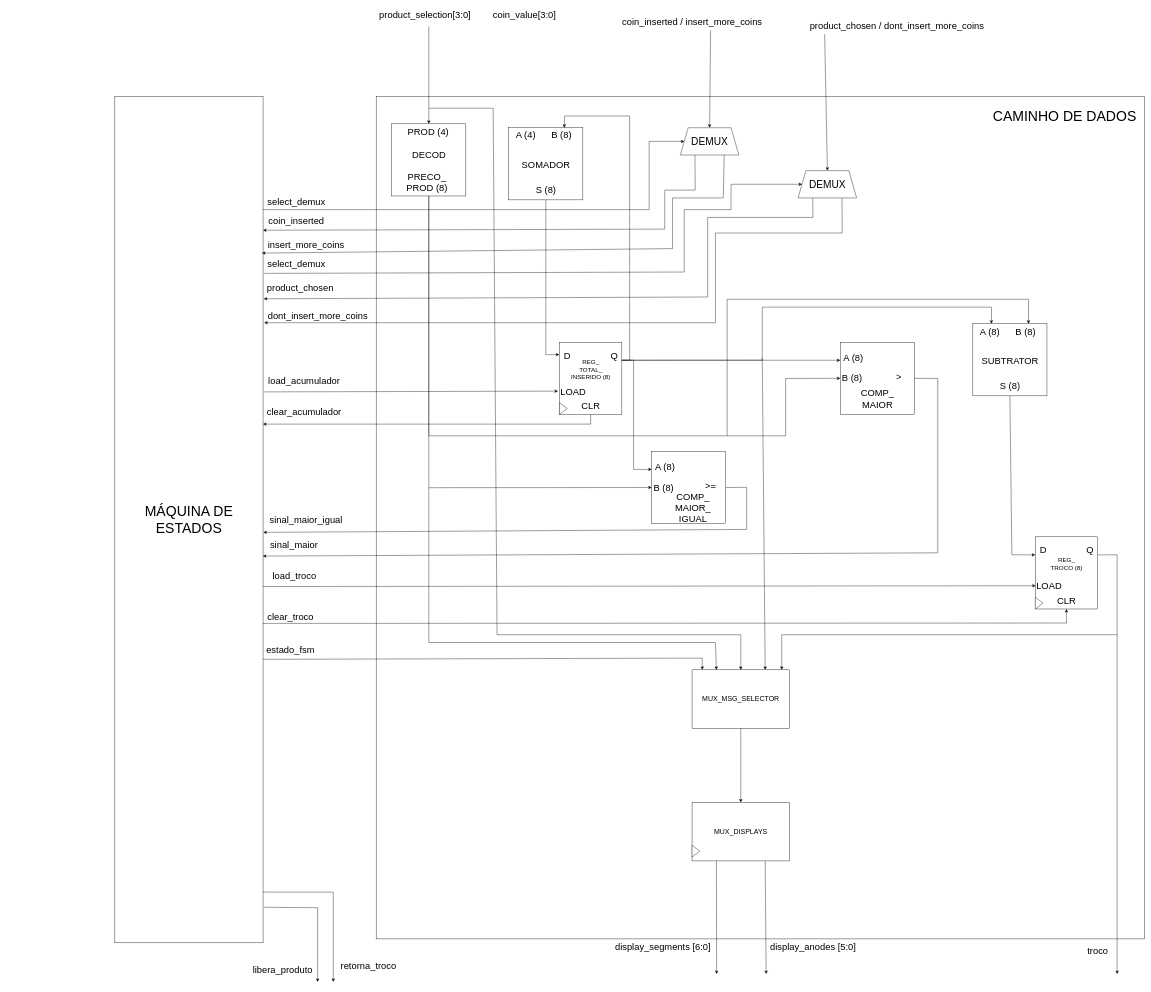
bbiancalopess/vending-machine keeps this draw.io diagram as page "diagrama caminho de dados" (3 of 3) of docs/vending-machine.drawio. Above is the earlier version. Source tidied: cells renumbered, new cells numbered last; positions are measured from the earlier drawing's top-left corner, leaving out a move shared by most shapes. Both pictures are drawn from the tidied source at 39%, with x=0, y=0 at pixel (115, 7).
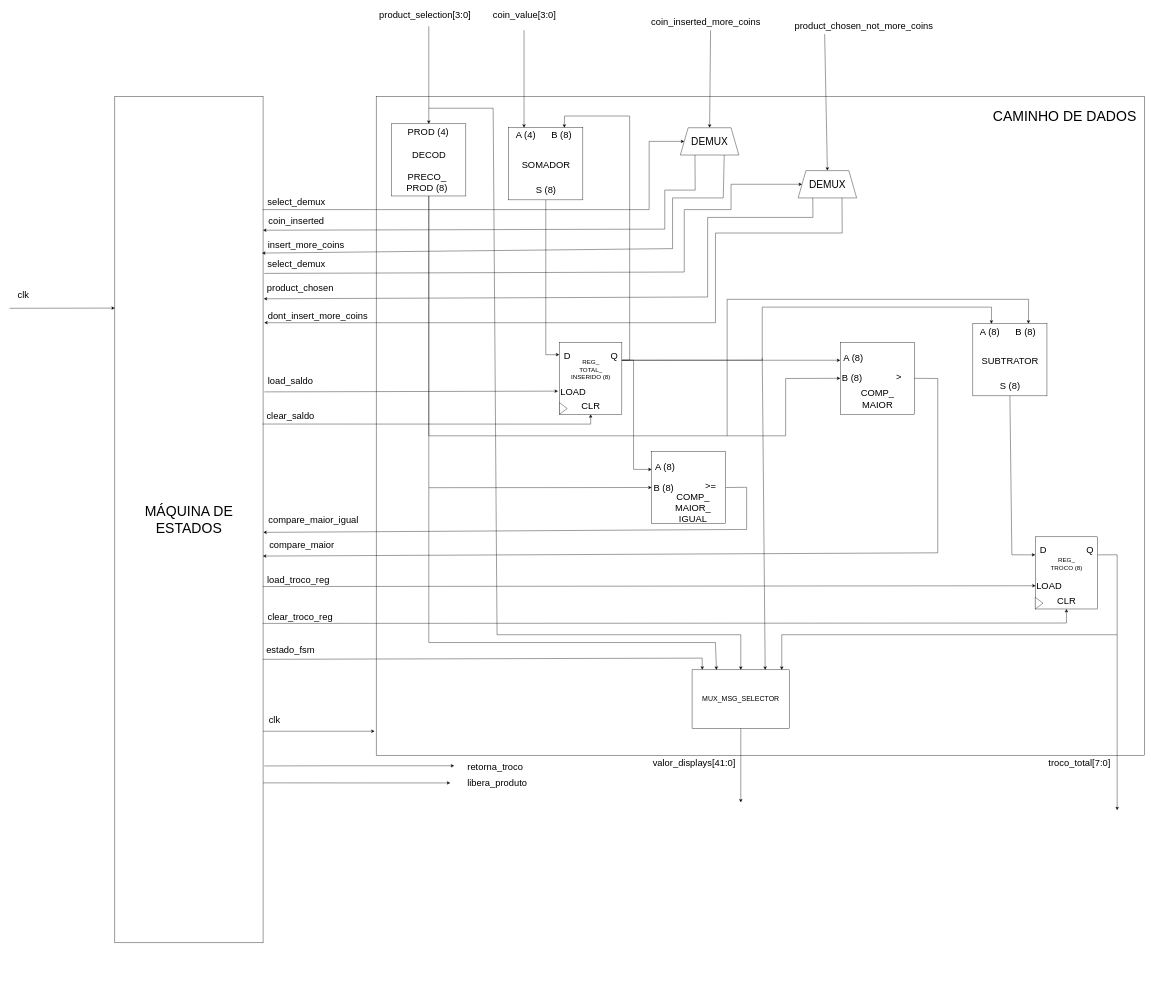
The same page after the edit.

Unchanged cells that the change refers to:
```xml
<mxCell id="3" value="&lt;font style=&quot;font-size: 36px;&quot;&gt;MÁQUINA DE ESTADOS&lt;/font&gt;" style="rounded=0;whiteSpace=wrap;html=1;" parent="1" vertex="1">
  <mxGeometry y="230" width="380" height="2170" as="geometry" />
</mxCell>
<mxCell id="6" style="rounded=0;whiteSpace=wrap;html=1;" parent="5" vertex="1">
  <mxGeometry x="10" width="160" height="185" as="geometry" />
</mxCell>
<mxCell id="95" value="&lt;font style=&quot;font-size: 18px;&quot;&gt;MUX_MSG_SELECTOR&lt;/font&gt;" style="rounded=0;whiteSpace=wrap;html=1;" parent="1" vertex="1">
  <mxGeometry x="1480" y="1700" width="250" height="150" as="geometry" />
</mxCell>
```

What changed in the source:
```diff
@@
     <mxCell id="2" style="rounded=0;whiteSpace=wrap;html=1;" parent="1" vertex="1">
-      <mxGeometry x="670" y="230" width="1970" height="2160" as="geometry" />
+      <mxGeometry x="670" y="230" width="1970" height="1690" as="geometry" />
     </mxCell>
@@
-    <mxCell id="50" value="&lt;span style=&quot;font-size: 24px;&quot;&gt;coin_inserted / insert_more_coins&lt;/span&gt;" style="text;html=1;align=center;verticalAlign=middle;strokeColor=none;fillColor=none;" parent="1" vertex="1">
-      <mxGeometry x="1290" y="20" width="380" height="40" as="geometry" />
+    <mxCell id="50" value="&lt;span style=&quot;font-size: 24px;&quot;&gt;coin_inserted_more_coins&lt;/span&gt;" style="text;html=1;align=center;verticalAlign=middle;strokeColor=none;fillColor=none;" parent="1" vertex="1">
+      <mxGeometry x="1365" y="20" width="300" height="40" as="geometry" />
     </mxCell>
-    <mxCell id="51" value="&lt;span style=&quot;font-size: 24px;&quot;&gt;product_chosen / dont_insert_more_coins&lt;/span&gt;" style="text;html=1;align=center;verticalAlign=middle;strokeColor=none;fillColor=none;" parent="1" vertex="1">
-      <mxGeometry x="1770" y="30" width="470" height="40" as="geometry" />
+    <mxCell id="51" value="&lt;span style=&quot;font-size: 24px;&quot;&gt;product_chosen_not_more_coins&lt;/span&gt;" style="text;html=1;align=center;verticalAlign=middle;strokeColor=none;fillColor=none;" parent="1" vertex="1">
+      <mxGeometry x="1730" y="30" width="380" height="40" as="geometry" />
     </mxCell>
@@
-    <mxCell id="71" value="&lt;span style=&quot;font-size: 24px;&quot;&gt;load_acumulador&lt;/span&gt;" style="text;html=1;align=center;verticalAlign=middle;strokeColor=none;fillColor=none;" parent="1" vertex="1">
-      <mxGeometry x="380" y="940" width="210" height="40" as="geometry" />
+    <mxCell id="71" value="&lt;span style=&quot;font-size: 24px;&quot;&gt;load_saldo&lt;/span&gt;" style="text;html=1;align=center;verticalAlign=middle;strokeColor=none;fillColor=none;" parent="1" vertex="1">
+      <mxGeometry x="380" y="940" width="140" height="40" as="geometry" />
     </mxCell>
-    <mxCell id="72" value="&lt;span style=&quot;font-size: 24px;&quot;&gt;sinal_maior_igual&lt;/span&gt;" style="text;html=1;align=center;verticalAlign=middle;strokeColor=none;fillColor=none;" parent="1" vertex="1">
-      <mxGeometry x="385" y="1295" width="210" height="40" as="geometry" />
+    <mxCell id="72" value="&lt;span style=&quot;font-size: 24px;&quot;&gt;compare_maior_igual&lt;/span&gt;" style="text;html=1;align=center;verticalAlign=middle;strokeColor=none;fillColor=none;" parent="1" vertex="1">
+      <mxGeometry x="384" y="1295" width="250" height="40" as="geometry" />
     </mxCell>
@@
-    <mxCell id="76" value="&lt;span style=&quot;font-size: 24px;&quot;&gt;sinal_maior&lt;/span&gt;" style="text;html=1;align=center;verticalAlign=middle;strokeColor=none;fillColor=none;" parent="1" vertex="1">
-      <mxGeometry x="384" y="1359" width="150" height="40" as="geometry" />
+    <mxCell id="76" value="&lt;span style=&quot;font-size: 24px;&quot;&gt;compare_maior&lt;/span&gt;" style="text;html=1;align=center;verticalAlign=middle;strokeColor=none;fillColor=none;" parent="1" vertex="1">
+      <mxGeometry x="384" y="1359" width="190" height="40" as="geometry" />
     </mxCell>
@@
-    <mxCell id="88" style="endArrow=classic;html=1;rounded=0;exitX=0.5;exitY=1;exitDx=0;exitDy=0;" parent="1" edge="1" source="6">
+    <mxCell id="88" style="endArrow=classic;html=1;rounded=0;entryX=0.5;entryY=1;entryDx=0;entryDy=0;exitX=0.996;exitY=0.387;exitDx=0;exitDy=0;exitPerimeter=0;" parent="1" edge="1" source="3" target="6">
       <mxGeometry relative="1" as="geometry">
-        <mxPoint x="380" y="1070" as="targetPoint" />
         <Array as="points">
           <mxPoint x="1220" y="1070" />
         </Array>
       </mxGeometry>
     </mxCell>
-    <mxCell id="89" value="&lt;span style=&quot;font-size: 24px;&quot;&gt;clear_acumulador&lt;/span&gt;" style="text;html=1;align=center;verticalAlign=middle;strokeColor=none;fillColor=none;" parent="1" vertex="1">
-      <mxGeometry x="380" y="1020" width="210" height="40" as="geometry" />
+    <mxCell id="89" value="&lt;span style=&quot;font-size: 24px;&quot;&gt;clear_saldo&lt;/span&gt;" style="text;html=1;align=center;verticalAlign=middle;strokeColor=none;fillColor=none;" parent="1" vertex="1">
+      <mxGeometry x="375" y="1030" width="150" height="40" as="geometry" />
     </mxCell>
@@
-    <mxCell id="92" value="&lt;span style=&quot;font-size: 24px;&quot;&gt;load_troco&lt;/span&gt;" style="text;html=1;align=center;verticalAlign=middle;strokeColor=none;fillColor=none;" parent="1" vertex="1">
-      <mxGeometry x="390" y="1440" width="140" height="40" as="geometry" />
+    <mxCell id="92" value="&lt;span style=&quot;font-size: 24px;&quot;&gt;load_troco_reg&lt;/span&gt;" style="text;html=1;align=center;verticalAlign=middle;strokeColor=none;fillColor=none;" parent="1" vertex="1">
+      <mxGeometry x="380" y="1450" width="180" height="40" as="geometry" />
     </mxCell>
@@
-    <mxCell id="94" value="&lt;span style=&quot;font-size: 24px;&quot;&gt;clear_troco&lt;/span&gt;" style="text;html=1;align=center;verticalAlign=middle;strokeColor=none;fillColor=none;" parent="1" vertex="1">
-      <mxGeometry x="380" y="1544" width="140" height="40" as="geometry" />
+    <mxCell id="94" value="&lt;span style=&quot;font-size: 24px;&quot;&gt;clear_troco_reg&lt;/span&gt;" style="text;html=1;align=center;verticalAlign=middle;strokeColor=none;fillColor=none;" parent="1" vertex="1">
+      <mxGeometry x="380" y="1544" width="190" height="40" as="geometry" />
     </mxCell>
@@
-    <mxCell id="96" value="&lt;font style=&quot;font-size: 18px;&quot;&gt;MUX_DISPLAYS&lt;/font&gt;" style="rounded=0;whiteSpace=wrap;html=1;" parent="1" vertex="1">
-      <mxGeometry x="1480" y="2040" width="250" height="150" as="geometry" />
-    </mxCell>
@@
-    <mxCell id="101" style="edgeStyle=none;curved=1;rounded=0;orthogonalLoop=1;jettySize=auto;html=1;exitX=0.5;exitY=1;exitDx=0;exitDy=0;fontSize=12;startSize=8;endSize=8;" parent="1" edge="1" source="96" target="96">
-      <mxGeometry relative="1" as="geometry" />
+    <mxCell id="101" style="edgeStyle=none;curved=1;rounded=0;orthogonalLoop=1;jettySize=auto;html=1;exitX=0.5;exitY=1;exitDx=0;exitDy=0;fontSize=12;startSize=8;endSize=8;" parent="1" edge="1">
+      <mxGeometry relative="1" as="geometry">
+        <mxPoint x="1605" y="2190" as="sourcePoint" />
+        <mxPoint x="1605" y="2190" as="targetPoint" />
+      </mxGeometry>
     </mxCell>
-    <mxCell id="102" style="triangle;whiteSpace=wrap;html=1;" parent="1" vertex="1">
-      <mxGeometry x="1480" y="2150" width="20" height="30" as="geometry" />
-    </mxCell>
-    <mxCell id="103" style="endArrow=classic;html=1;rounded=0;entryX=0.5;entryY=0;entryDx=0;entryDy=0;exitX=0.5;exitY=1;exitDx=0;exitDy=0;" parent="1" edge="1" source="95" target="96">
-      <mxGeometry relative="1" as="geometry" />
+    <mxCell id="103" style="endArrow=classic;html=1;rounded=0;entryX=0.5;entryY=0;entryDx=0;entryDy=0;exitX=0.5;exitY=1;exitDx=0;exitDy=0;" parent="1" edge="1" source="95">
+      <mxGeometry relative="1" as="geometry">
+        <mxPoint x="1605" y="2040" as="targetPoint" />
+      </mxGeometry>
     </mxCell>
-    <mxCell id="104" style="endArrow=classic;html=1;rounded=0;exitX=0.25;exitY=1;exitDx=0;exitDy=0;" parent="1" edge="1" source="96">
-      <mxGeometry relative="1" as="geometry">
-        <mxPoint x="1543" y="2480" as="targetPoint" />
-      </mxGeometry>
-    </mxCell>
-    <mxCell id="105" style="endArrow=classic;html=1;rounded=0;exitX=0.75;exitY=1;exitDx=0;exitDy=0;" parent="1" edge="1" source="96">
-      <mxGeometry relative="1" as="geometry">
-        <mxPoint x="1670" y="2480" as="targetPoint" />
-      </mxGeometry>
-    </mxCell>
@@
-    <mxCell id="107" value="&lt;span style=&quot;font-size: 24px;&quot;&gt;display_segments [6:0]&lt;/span&gt;" style="text;html=1;align=center;verticalAlign=middle;strokeColor=none;fillColor=none;" parent="1" vertex="1">
-      <mxGeometry x="1270" y="2390" width="270" height="40" as="geometry" />
-    </mxCell>
-    <mxCell id="108" value="&lt;span style=&quot;font-size: 24px;&quot;&gt;display_anodes [5:0]&lt;/span&gt;" style="text;html=1;align=center;verticalAlign=middle;strokeColor=none;fillColor=none;" parent="1" vertex="1">
-      <mxGeometry x="1670" y="2390" width="240" height="40" as="geometry" />
-    </mxCell>
-    <mxCell id="109" style="endArrow=classic;html=1;rounded=0;exitX=0.998;exitY=0.94;exitDx=0;exitDy=0;exitPerimeter=0;" parent="1" edge="1" source="3">
+    <mxCell id="109" style="endArrow=classic;html=1;rounded=0;exitX=1.008;exitY=0.791;exitDx=0;exitDy=0;exitPerimeter=0;" parent="1" edge="1" source="3">
       <mxGeometry relative="1" as="geometry">
-        <mxPoint x="560" y="2500" as="targetPoint" />
+        <mxPoint x="870" y="1946" as="targetPoint" />
         <Array as="points">
-          <mxPoint x="560" y="2270" />
+          <mxPoint x="560" y="1946" />
         </Array>
       </mxGeometry>
     </mxCell>
-    <mxCell id="110" style="endArrow=classic;html=1;rounded=0;exitX=1.006;exitY=0.958;exitDx=0;exitDy=0;exitPerimeter=0;" parent="1" edge="1" source="3">
+    <mxCell id="110" style="endArrow=classic;html=1;rounded=0;exitX=1;exitY=0.811;exitDx=0;exitDy=0;exitPerimeter=0;" parent="1" edge="1" source="3">
       <mxGeometry relative="1" as="geometry">
-        <mxPoint x="520" y="2500" as="targetPoint" />
+        <mxPoint x="860" y="1990" as="targetPoint" />
         <Array as="points">
-          <mxPoint x="520" y="2310" />
+          <mxPoint x="630" y="1990" />
         </Array>
       </mxGeometry>
     </mxCell>
     <mxCell id="111" value="&lt;span style=&quot;font-size: 24px;&quot;&gt;libera_produto&lt;/span&gt;" style="text;html=1;align=center;verticalAlign=middle;strokeColor=none;fillColor=none;" parent="1" vertex="1">
-      <mxGeometry x="340" y="2450" width="180" height="40" as="geometry" />
+      <mxGeometry x="890" y="1970" width="180" height="40" as="geometry" />
     </mxCell>
     <mxCell id="112" value="&lt;span style=&quot;font-size: 24px;&quot;&gt;retorna_troco&lt;/span&gt;" style="text;html=1;align=center;verticalAlign=middle;strokeColor=none;fillColor=none;" parent="1" vertex="1">
-      <mxGeometry x="565" y="2440" width="170" height="40" as="geometry" />
+      <mxGeometry x="890" y="1930" width="170" height="40" as="geometry" />
     </mxCell>
     <mxCell id="113" style="endArrow=classic;html=1;rounded=0;" parent="1" edge="1">
       <mxGeometry relative="1" as="geometry">
         <mxPoint x="2570" y="1610" as="sourcePoint" />
-        <mxPoint x="2570" y="2480" as="targetPoint" />
+        <mxPoint x="2570" y="2060" as="targetPoint" />
       </mxGeometry>
     </mxCell>
-    <mxCell id="114" value="&lt;span style=&quot;font-size: 24px;&quot;&gt;troco&lt;/span&gt;" style="text;html=1;align=center;verticalAlign=middle;strokeColor=none;fillColor=none;" parent="1" vertex="1">
-      <mxGeometry x="2480" y="2400" width="80" height="40" as="geometry" />
+    <mxCell id="114" value="&lt;span style=&quot;font-size: 24px;&quot;&gt;troco_total[7:0]&lt;/span&gt;" style="text;html=1;align=center;verticalAlign=middle;strokeColor=none;fillColor=none;" parent="1" vertex="1">
+      <mxGeometry x="2382.5" y="1920" width="180" height="40" as="geometry" />
     </mxCell>
+    <mxCell id="115" style="endArrow=classic;html=1;rounded=0;entryX=0.5;entryY=0;entryDx=0;entryDy=0;" parent="1" edge="1">
+      <mxGeometry relative="1" as="geometry">
+        <mxPoint x="1049.2" y="60" as="sourcePoint" />
+        <mxPoint x="1049.2" y="310" as="targetPoint" />
+      </mxGeometry>
+    </mxCell>
+    <mxCell id="116" value="&lt;span style=&quot;font-size: 24px;&quot;&gt;valor_displays[41:0]&lt;/span&gt;" style="text;html=1;align=center;verticalAlign=middle;strokeColor=none;fillColor=none;" parent="1" vertex="1">
+      <mxGeometry x="1365" y="1920" width="240" height="40" as="geometry" />
+    </mxCell>
+    <mxCell id="117" style="endArrow=classic;html=1;rounded=0;entryX=0;entryY=0.25;entryDx=0;entryDy=0;" parent="1" edge="1" target="3">
+      <mxGeometry relative="1" as="geometry">
+        <mxPoint x="-270" y="773" as="sourcePoint" />
+      </mxGeometry>
+    </mxCell>
+    <mxCell id="118" value="&lt;span style=&quot;font-size: 24px;&quot;&gt;clk&lt;/span&gt;" style="text;html=1;align=center;verticalAlign=middle;strokeColor=none;fillColor=none;" parent="1" vertex="1">
+      <mxGeometry x="-260" y="720" width="50" height="40" as="geometry" />
+    </mxCell>
+    <mxCell id="119" style="endArrow=classic;html=1;rounded=0;entryX=-0.002;entryY=0.963;entryDx=0;entryDy=0;exitX=1;exitY=0.75;exitDx=0;exitDy=0;entryPerimeter=0;" parent="1" edge="1" source="3" target="2">
+      <mxGeometry relative="1" as="geometry" />
+    </mxCell>
+    <mxCell id="120" value="&lt;span style=&quot;font-size: 24px;&quot;&gt;clk&lt;/span&gt;" style="text;html=1;align=center;verticalAlign=middle;strokeColor=none;fillColor=none;" parent="1" vertex="1">
+      <mxGeometry x="384" y="1810" width="50" height="40" as="geometry" />
+    </mxCell>
```
